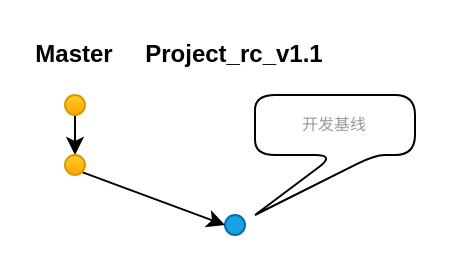
Earlier version of the draw.io diagram page "立项阶段" (2 of 6) of gitflow1.drawio (bigkernel/docs). Source tidied: cells renumbered, new cells numbered last; positions are measured from the earlier drawing's top-left corner, leaving out a move shared by most shapes. Both pictures are drawn from the tidied source at 200%, with x=0, y=0 at pixel (34, 34).
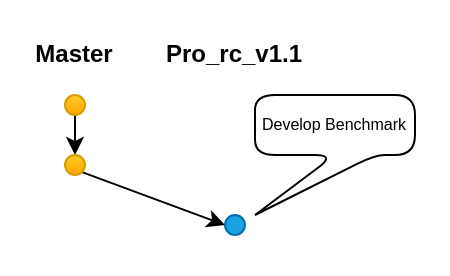
The same page after the edit.

The edit, as a diff of the source:
```diff
@@
 <mxGraphModel>
   <root>
     <mxCell id="0" />
     <mxCell id="1" parent="0" />
-    <mxCell id="2" value="&lt;font color=&quot;#000000&quot;&gt;Project_rc_v1.1&lt;/font&gt;" style="text;html=1;strokeColor=none;fillColor=none;align=center;verticalAlign=middle;whiteSpace=wrap;rounded=0;fontStyle=1;fontColor=#999999;" parent="1" vertex="1">
-      <mxGeometry x="50" width="100" height="20" as="geometry" />
+    <mxCell id="2" value="&lt;font color=&quot;#000000&quot;&gt;Pro_rc_v1.1&lt;/font&gt;" style="text;html=1;strokeColor=none;fillColor=none;align=center;verticalAlign=middle;whiteSpace=wrap;rounded=0;fontStyle=1;fontColor=#999999;" parent="1" vertex="1">
+      <mxGeometry x="60" width="80" height="20" as="geometry" />
     </mxCell>
     <mxCell id="3" value="Master" style="text;html=1;strokeColor=none;fillColor=none;align=center;verticalAlign=middle;whiteSpace=wrap;rounded=0;fontStyle=1;" parent="1" vertex="1">
       <mxGeometry width="40" height="20" as="geometry" />
     </mxCell>
     <mxCell id="4" style="edgeStyle=none;rounded=0;jettySize=auto;html=1;fontSize=10;fontColor=#000000;" parent="1" edge="1" source="5" target="9">
       <mxGeometry relative="1" as="geometry" />
     </mxCell>
     <mxCell id="5" style="ellipse;whiteSpace=wrap;html=1;fillColor=#ffcd28;strokeColor=#d79b00;gradientColor=#ffa500;" parent="1" vertex="1">
       <mxGeometry x="15" y="30" width="10" height="10" as="geometry" />
     </mxCell>
     <mxCell id="6" style="ellipse;whiteSpace=wrap;html=1;fillColor=#1ba1e2;strokeColor=#006EAF;fontColor=#ffffff;" parent="1" vertex="1">
       <mxGeometry x="95" y="90" width="10" height="10" as="geometry" />
     </mxCell>
     <mxCell id="7" style="endArrow=classic;html=1;exitX=1;exitY=1;exitDx=0;exitDy=0;entryX=0;entryY=0.5;entryDx=0;entryDy=0;" parent="1" edge="1" source="9" target="6">
       <mxGeometry relative="1" as="geometry" />
     </mxCell>
-    <mxCell id="8" value="开发基线" style="shape=callout;whiteSpace=wrap;html=1;perimeter=calloutPerimeter;labelBackgroundColor=none;fontSize=8;fontColor=#999999;position2=0;rotation=0;fillColor=#FFFFFF;rounded=1;" parent="1" vertex="1">
+    <mxCell id="8" value="&lt;font color=&quot;#000000&quot;&gt;Develop Benchmark&lt;/font&gt;" style="shape=callout;whiteSpace=wrap;html=1;perimeter=calloutPerimeter;labelBackgroundColor=none;fontSize=8;fontColor=#999999;position2=0;rotation=0;fillColor=#FFFFFF;rounded=1;" parent="1" vertex="1">
       <mxGeometry x="110" y="30" width="80" height="60" as="geometry" />
     </mxCell>
     <mxCell id="9" style="ellipse;whiteSpace=wrap;html=1;fillColor=#ffcd28;strokeColor=#d79b00;gradientColor=#ffa500;" parent="1" vertex="1">
       <mxGeometry x="15" y="60" width="10" height="10" as="geometry" />
     </mxCell>
   </root>
 </mxGraphModel>
```
